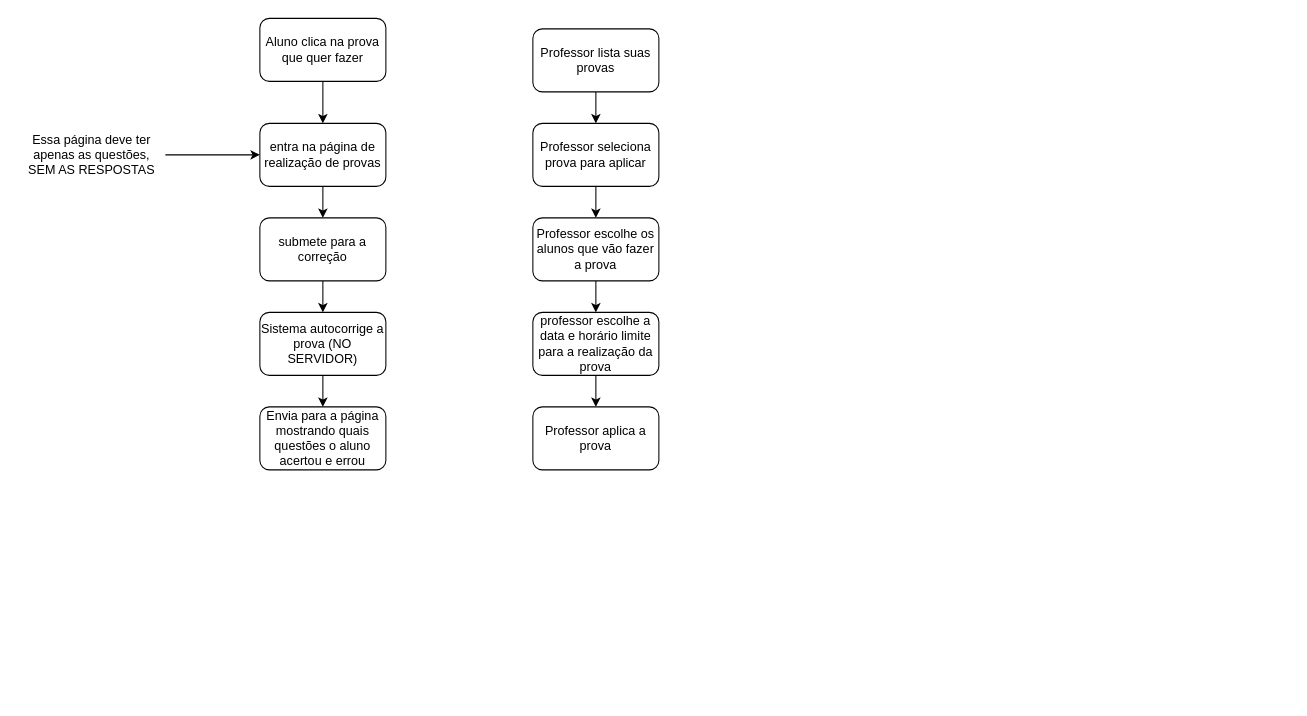
Above: backend/Test.dio in BrunoBorelliPro/projeto-dsw_gestao-de-provas (draw.io), before the change. Source tidied: cells renumbered, new cells numbered last; positions are measured from the earlier drawing's top-left corner, leaving out a move shared by most shapes. Both pictures are drawn from the tidied source at 105%, with x=0, y=0 at pixel (18, 18).
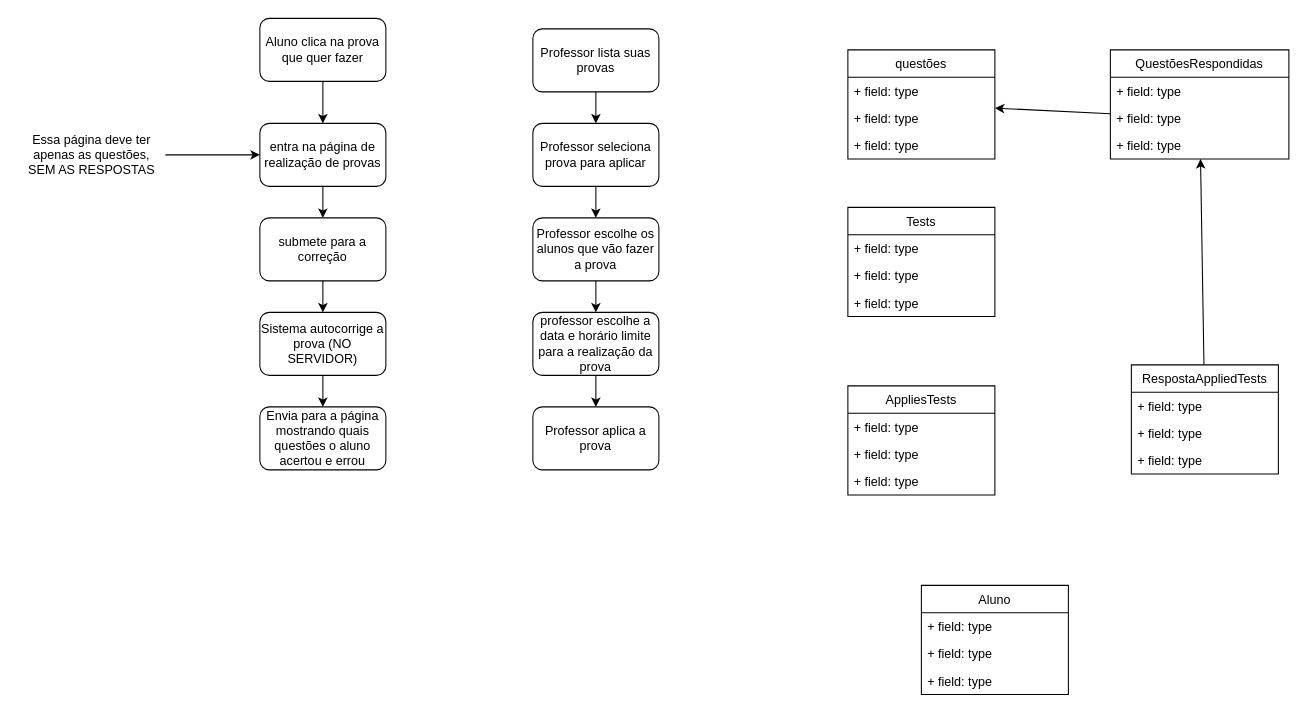
After the change.

The edit, as a diff of the source:
```diff
@@
+    <mxCell id="22" value="questões" style="swimlane;fontStyle=0;horizontal=1;startSize=26;fillColor=none;" parent="1" vertex="1">
+      <mxGeometry x="790" y="30" width="140" height="104" as="geometry" />
+    </mxCell>
+    <mxCell id="23" value="+ field: type" style="text;strokeColor=none;fillColor=none;align=left;verticalAlign=top;spacingLeft=4;spacingRight=4;overflow=hidden;" parent="22" vertex="1">
+      <mxGeometry y="26" width="140" height="26" as="geometry" />
+    </mxCell>
+    <mxCell id="24" value="+ field: type" style="text;strokeColor=none;fillColor=none;align=left;verticalAlign=top;spacingLeft=4;spacingRight=4;overflow=hidden;" parent="22" vertex="1">
+      <mxGeometry y="52" width="140" height="26" as="geometry" />
+    </mxCell>
+    <mxCell id="25" value="+ field: type" style="text;strokeColor=none;fillColor=none;align=left;verticalAlign=top;spacingLeft=4;spacingRight=4;overflow=hidden;" parent="22" vertex="1">
+      <mxGeometry y="78" width="140" height="26" as="geometry" />
+    </mxCell>
+    <mxCell id="26" value="Tests" style="swimlane;fontStyle=0;horizontal=1;startSize=26;fillColor=none;" parent="1" vertex="1">
+      <mxGeometry x="790" y="180" width="140" height="104" as="geometry" />
+    </mxCell>
+    <mxCell id="27" value="+ field: type" style="text;strokeColor=none;fillColor=none;align=left;verticalAlign=top;spacingLeft=4;spacingRight=4;overflow=hidden;" parent="26" vertex="1">
+      <mxGeometry y="26" width="140" height="26" as="geometry" />
+    </mxCell>
+    <mxCell id="28" value="+ field: type" style="text;strokeColor=none;fillColor=none;align=left;verticalAlign=top;spacingLeft=4;spacingRight=4;overflow=hidden;" parent="26" vertex="1">
+      <mxGeometry y="52" width="140" height="26" as="geometry" />
+    </mxCell>
+    <mxCell id="29" value="+ field: type" style="text;strokeColor=none;fillColor=none;align=left;verticalAlign=top;spacingLeft=4;spacingRight=4;overflow=hidden;" parent="26" vertex="1">
+      <mxGeometry y="78" width="140" height="26" as="geometry" />
+    </mxCell>
+    <mxCell id="30" value="AppliesTests" style="swimlane;fontStyle=0;horizontal=1;startSize=26;fillColor=none;" parent="1" vertex="1">
+      <mxGeometry x="790" y="350" width="140" height="104" as="geometry" />
+    </mxCell>
+    <mxCell id="31" value="+ field: type" style="text;strokeColor=none;fillColor=none;align=left;verticalAlign=top;spacingLeft=4;spacingRight=4;overflow=hidden;" parent="30" vertex="1">
+      <mxGeometry y="26" width="140" height="26" as="geometry" />
+    </mxCell>
+    <mxCell id="32" value="+ field: type" style="text;strokeColor=none;fillColor=none;align=left;verticalAlign=top;spacingLeft=4;spacingRight=4;overflow=hidden;" parent="30" vertex="1">
+      <mxGeometry y="52" width="140" height="26" as="geometry" />
+    </mxCell>
+    <mxCell id="33" value="+ field: type" style="text;strokeColor=none;fillColor=none;align=left;verticalAlign=top;spacingLeft=4;spacingRight=4;overflow=hidden;" parent="30" vertex="1">
+      <mxGeometry y="78" width="140" height="26" as="geometry" />
+    </mxCell>
+    <mxCell id="34" value="Aluno" style="swimlane;fontStyle=0;horizontal=1;startSize=26;fillColor=none;" parent="1" vertex="1">
+      <mxGeometry x="860" y="540" width="140" height="104" as="geometry" />
+    </mxCell>
+    <mxCell id="35" value="+ field: type" style="text;strokeColor=none;fillColor=none;align=left;verticalAlign=top;spacingLeft=4;spacingRight=4;overflow=hidden;" parent="34" vertex="1">
+      <mxGeometry y="26" width="140" height="26" as="geometry" />
+    </mxCell>
+    <mxCell id="36" value="+ field: type" style="text;strokeColor=none;fillColor=none;align=left;verticalAlign=top;spacingLeft=4;spacingRight=4;overflow=hidden;" parent="34" vertex="1">
+      <mxGeometry y="52" width="140" height="26" as="geometry" />
+    </mxCell>
+    <mxCell id="37" value="+ field: type" style="text;strokeColor=none;fillColor=none;align=left;verticalAlign=top;spacingLeft=4;spacingRight=4;overflow=hidden;" parent="34" vertex="1">
+      <mxGeometry y="78" width="140" height="26" as="geometry" />
+    </mxCell>
+    <mxCell id="38" style="edgeStyle=none;html=1;" parent="1" edge="1" source="39" target="43">
+      <mxGeometry relative="1" as="geometry" />
+    </mxCell>
+    <mxCell id="39" value="RespostaAppliedTests" style="swimlane;fontStyle=0;horizontal=1;startSize=26;fillColor=none;" parent="1" vertex="1">
+      <mxGeometry x="1060" y="330" width="140" height="104" as="geometry" />
+    </mxCell>
+    <mxCell id="40" value="+ field: type" style="text;strokeColor=none;fillColor=none;align=left;verticalAlign=top;spacingLeft=4;spacingRight=4;overflow=hidden;" parent="39" vertex="1">
+      <mxGeometry y="26" width="140" height="26" as="geometry" />
+    </mxCell>
+    <mxCell id="41" value="+ field: type" style="text;strokeColor=none;fillColor=none;align=left;verticalAlign=top;spacingLeft=4;spacingRight=4;overflow=hidden;" parent="39" vertex="1">
+      <mxGeometry y="52" width="140" height="26" as="geometry" />
+    </mxCell>
+    <mxCell id="42" value="+ field: type" style="text;strokeColor=none;fillColor=none;align=left;verticalAlign=top;spacingLeft=4;spacingRight=4;overflow=hidden;" parent="39" vertex="1">
+      <mxGeometry y="78" width="140" height="26" as="geometry" />
+    </mxCell>
+    <mxCell id="43" value="QuestõesRespondidas" style="swimlane;fontStyle=0;horizontal=1;startSize=26;fillColor=none;" parent="1" vertex="1">
+      <mxGeometry x="1040" y="30" width="170" height="104" as="geometry" />
+    </mxCell>
+    <mxCell id="44" value="+ field: type" style="text;strokeColor=none;fillColor=none;align=left;verticalAlign=top;spacingLeft=4;spacingRight=4;overflow=hidden;" parent="43" vertex="1">
+      <mxGeometry y="26" width="170" height="26" as="geometry" />
+    </mxCell>
+    <mxCell id="45" value="+ field: type" style="text;strokeColor=none;fillColor=none;align=left;verticalAlign=top;spacingLeft=4;spacingRight=4;overflow=hidden;points=[[0,0.5],[1,0.5]];portConstraint=eastwest;" parent="43" vertex="1">
+      <mxGeometry y="52" width="170" height="26" as="geometry" />
+    </mxCell>
+    <mxCell id="46" value="+ field: type" style="text;strokeColor=none;fillColor=none;align=left;verticalAlign=top;spacingLeft=4;spacingRight=4;overflow=hidden;" parent="43" vertex="1">
+      <mxGeometry y="78" width="170" height="26" as="geometry" />
+    </mxCell>
+    <mxCell id="47" style="edgeStyle=none;html=1;" parent="1" edge="1" source="45" target="22">
+      <mxGeometry relative="1" as="geometry" />
+    </mxCell>
```
